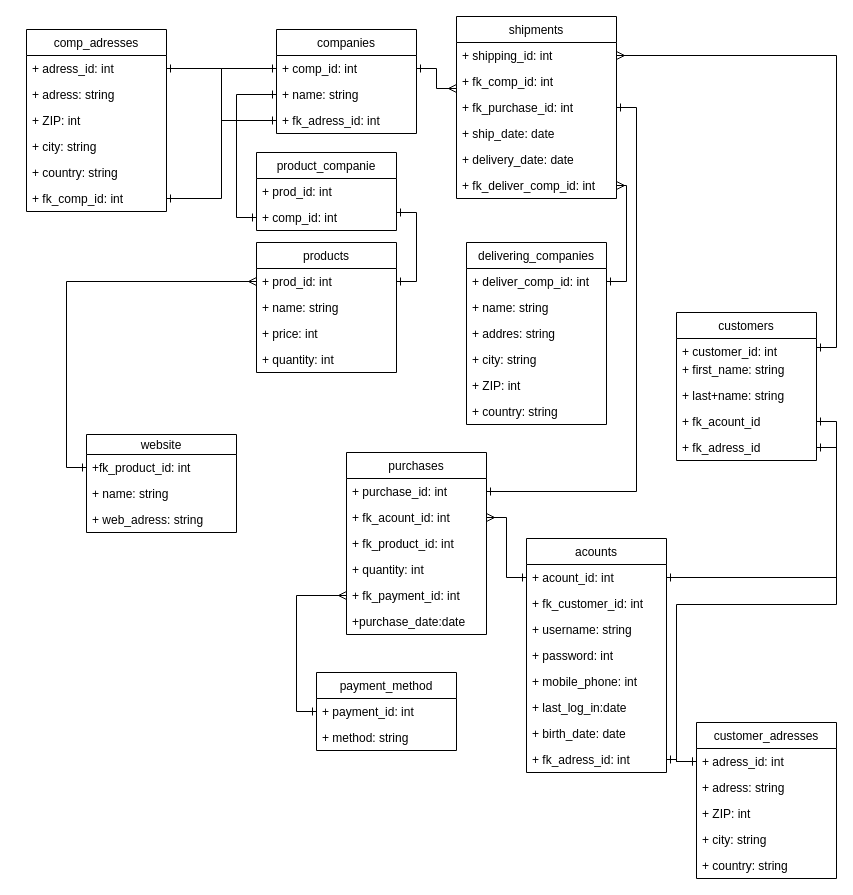
Above: page "e_shop diagram UML-norm" (4 of 4) of BE15_CR9_ivanMaksimov_famazon_diagrams+drawio/BE15_CR9_famazon_IvanMaksimov diagram.drawio in ivmaksimov/BE15_CR9_IvanMaksimov (draw.io), before the change. Source tidied: cells renumbered, new cells numbered last; positions are measured from the earlier drawing's top-left corner, leaving out a move shared by most shapes. Both pictures are drawn from the tidied source at 100%, with x=0, y=0 at pixel (26, 16).
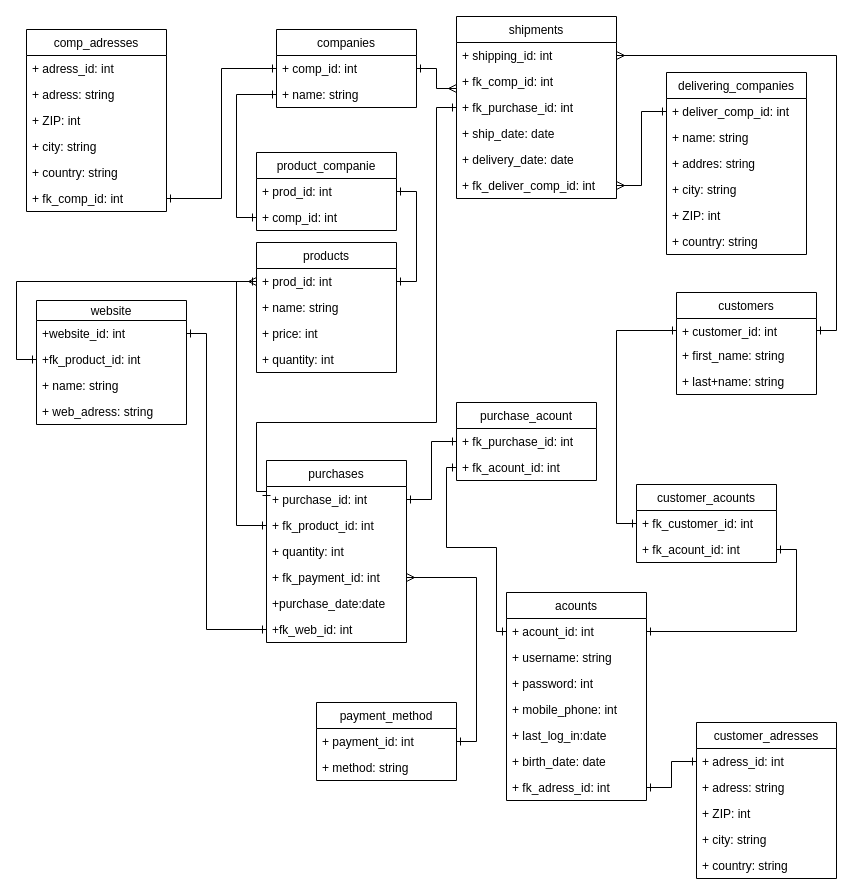
The same page after the edit.

Unchanged cells that the change refers to:
```xml
<mxCell id="19" value="+ fk_purchase_id: int" style="text;strokeColor=none;fillColor=none;align=left;verticalAlign=top;spacingLeft=4;spacingRight=4;overflow=hidden;points=[[0,0.5],[1,0.5]];portConstraint=eastwest;" parent="16" vertex="1">
  <mxGeometry y="78" width="160" height="26" as="geometry" />
</mxCell>
<mxCell id="22" value="+ fk_deliver_comp_id: int" style="text;strokeColor=none;fillColor=none;align=left;verticalAlign=top;spacingLeft=4;spacingRight=4;overflow=hidden;points=[[0,0.5],[1,0.5]];portConstraint=eastwest;" parent="16" vertex="1">
  <mxGeometry y="156" width="160" height="26" as="geometry" />
</mxCell>
<mxCell id="24" value="+ deliver_comp_id: int" style="text;strokeColor=none;fillColor=none;align=left;verticalAlign=top;spacingLeft=4;spacingRight=4;overflow=hidden;points=[[0,0.5],[1,0.5]];portConstraint=eastwest;" parent="23" vertex="1">
  <mxGeometry y="26" width="140" height="26" as="geometry" />
</mxCell>
<mxCell id="31" value="+ prod_id: int" style="text;strokeColor=none;fillColor=none;align=left;verticalAlign=top;spacingLeft=4;spacingRight=4;overflow=hidden;points=[[0,0.5],[1,0.5]];portConstraint=eastwest;" parent="30" vertex="1">
  <mxGeometry y="26" width="140" height="26" as="geometry" />
</mxCell>
<mxCell id="36" value="+ purchase_id: int" style="text;strokeColor=none;fillColor=none;align=left;verticalAlign=top;spacingLeft=4;spacingRight=4;overflow=hidden;points=[[0,0.5],[1,0.5]];portConstraint=eastwest;" parent="35" vertex="1">
  <mxGeometry y="26" width="140" height="26" as="geometry" />
</mxCell>
<mxCell id="43" value="+ adress_id: int" style="text;strokeColor=none;fillColor=none;align=left;verticalAlign=top;spacingLeft=4;spacingRight=4;overflow=hidden;points=[[0,0.5],[1,0.5]];portConstraint=eastwest;" parent="42" vertex="1">
  <mxGeometry y="26" width="140" height="26" as="geometry" />
</mxCell>
<mxCell id="49" value="+ acount_id: int" style="text;strokeColor=none;fillColor=none;align=left;verticalAlign=top;spacingLeft=4;spacingRight=4;overflow=hidden;points=[[0,0.5],[1,0.5]];portConstraint=eastwest;" parent="48" vertex="1">
  <mxGeometry y="26" width="140" height="26" as="geometry" />
</mxCell>
<mxCell id="58" value="+ adress_id: int" style="text;strokeColor=none;fillColor=none;align=left;verticalAlign=top;spacingLeft=4;spacingRight=4;overflow=hidden;points=[[0,0.5],[1,0.5]];portConstraint=eastwest;" parent="57" vertex="1">
  <mxGeometry y="26" width="140" height="26" as="geometry" />
</mxCell>
<mxCell id="71" value="+ payment_id: int" style="text;strokeColor=none;fillColor=none;align=left;verticalAlign=top;spacingLeft=4;spacingRight=4;overflow=hidden;points=[[0,0.5],[1,0.5]];portConstraint=eastwest;" parent="70" vertex="1">
  <mxGeometry y="26" width="140" height="26" as="geometry" />
</mxCell>
<mxCell id="75" value="+ prod_id: int" style="text;strokeColor=none;fillColor=none;align=left;verticalAlign=top;spacingLeft=4;spacingRight=4;overflow=hidden;points=[[0,0.5],[1,0.5]];portConstraint=eastwest;" parent="74" vertex="1">
  <mxGeometry y="26" width="140" height="26" as="geometry" />
</mxCell>
```

The edit, as a diff of the source:
```diff
@@
     <mxCell id="2" value="companies" style="swimlane;fontStyle=0;horizontal=1;startSize=26;fillColor=none;" parent="1" vertex="1">
-      <mxGeometry x="250" y="13" width="140" height="104" as="geometry" />
+      <mxGeometry x="250" y="13" width="140" height="78" as="geometry" />
     </mxCell>
@@
-    <mxCell id="5" value="+ fk_adress_id: int" style="text;strokeColor=none;fillColor=none;align=left;verticalAlign=top;spacingLeft=4;spacingRight=4;overflow=hidden;points=[[0,0.5],[1,0.5]];portConstraint=eastwest;" parent="2" vertex="1">
-      <mxGeometry y="78" width="140" height="26" as="geometry" />
-    </mxCell>
     <mxCell id="6" value="website" style="swimlane;fontStyle=0;horizontal=1;startSize=20;fillColor=none;" parent="1" vertex="1">
-      <mxGeometry x="60" y="418" width="150" height="98" as="geometry" />
+      <mxGeometry x="10" y="284" width="150" height="124" as="geometry" />
     </mxCell>
-    <mxCell id="7" value="+fk_product_id: int" style="text;strokeColor=none;fillColor=none;align=left;verticalAlign=top;spacingLeft=4;spacingRight=4;overflow=hidden;points=[[0,0.5],[1,0.5]];portConstraint=eastwest;" parent="6" vertex="1">
+    <mxCell id="7" value="+website_id: int" style="text;strokeColor=none;fillColor=none;align=left;verticalAlign=top;spacingLeft=4;spacingRight=4;overflow=hidden;points=[[0,0.5],[1,0.5]];portConstraint=eastwest;" parent="6" vertex="1">
       <mxGeometry y="20" width="150" height="26" as="geometry" />
     </mxCell>
+    <mxCell id="84" value="+fk_product_id: int" style="text;strokeColor=none;fillColor=none;align=left;verticalAlign=top;spacingLeft=4;spacingRight=4;overflow=hidden;points=[[0,0.5],[1,0.5]];portConstraint=eastwest;" parent="6" vertex="1">
+      <mxGeometry y="46" width="150" height="26" as="geometry" />
+    </mxCell>
     <mxCell id="8" value="+ name: string" style="text;strokeColor=none;fillColor=none;align=left;verticalAlign=top;spacingLeft=4;spacingRight=4;overflow=hidden;" parent="6" vertex="1">
-      <mxGeometry y="46" width="150" height="26" as="geometry" />
+      <mxGeometry y="72" width="150" height="26" as="geometry" />
     </mxCell>
     <mxCell id="9" value="+ web_adress: string" style="text;strokeColor=none;fillColor=none;align=left;verticalAlign=top;spacingLeft=4;spacingRight=4;overflow=hidden;" parent="6" vertex="1">
-      <mxGeometry y="72" width="150" height="26" as="geometry" />
+      <mxGeometry y="98" width="150" height="26" as="geometry" />
     </mxCell>
     <mxCell id="10" value="customers" style="swimlane;fontStyle=0;horizontal=1;startSize=26;fillColor=none;" parent="1" vertex="1">
-      <mxGeometry x="650" y="296" width="140" height="148" as="geometry" />
+      <mxGeometry x="650" y="276" width="140" height="102" as="geometry" />
     </mxCell>
     <mxCell id="11" value="+ customer_id: int" style="text;strokeColor=none;fillColor=none;align=left;verticalAlign=top;spacingLeft=4;spacingRight=4;overflow=hidden;points=[[0,0.5],[1,0.5]];portConstraint=eastwest;" parent="10" vertex="1">
-      <mxGeometry y="26" width="140" height="18" as="geometry" />
+      <mxGeometry y="26" width="140" height="24" as="geometry" />
     </mxCell>
     <mxCell id="12" value="+ first_name: string" style="text;strokeColor=none;fillColor=none;align=left;verticalAlign=top;spacingLeft=4;spacingRight=4;overflow=hidden;" parent="10" vertex="1">
-      <mxGeometry y="44" width="140" height="26" as="geometry" />
+      <mxGeometry y="50" width="140" height="26" as="geometry" />
     </mxCell>
     <mxCell id="13" value="+ last+name: string" style="text;strokeColor=none;fillColor=none;align=left;verticalAlign=top;spacingLeft=4;spacingRight=4;overflow=hidden;" parent="10" vertex="1">
-      <mxGeometry y="70" width="140" height="26" as="geometry" />
+      <mxGeometry y="76" width="140" height="26" as="geometry" />
     </mxCell>
-    <mxCell id="14" value="+ fk_acount_id" style="text;strokeColor=none;fillColor=none;align=left;verticalAlign=top;spacingLeft=4;spacingRight=4;overflow=hidden;points=[[0,0.5],[1,0.5]];portConstraint=eastwest;" parent="10" vertex="1">
-      <mxGeometry y="96" width="140" height="26" as="geometry" />
-    </mxCell>
-    <mxCell id="15" value="+ fk_adress_id" style="text;strokeColor=none;fillColor=none;align=left;verticalAlign=top;spacingLeft=4;spacingRight=4;overflow=hidden;points=[[0,0.5],[1,0.5]];portConstraint=eastwest;" parent="10" vertex="1">
-      <mxGeometry y="122" width="140" height="26" as="geometry" />
-    </mxCell>
@@
     <mxCell id="23" value="delivering_companies" style="swimlane;fontStyle=0;horizontal=1;startSize=26;fillColor=none;" parent="1" vertex="1">
-      <mxGeometry x="440" y="226" width="140" height="182" as="geometry" />
+      <mxGeometry x="640" y="56" width="140" height="182" as="geometry" />
     </mxCell>
@@
     <mxCell id="35" value="purchases" style="swimlane;fontStyle=0;horizontal=1;startSize=26;fillColor=none;" parent="1" vertex="1">
-      <mxGeometry x="320" y="436" width="140" height="182" as="geometry" />
+      <mxGeometry x="240" y="444" width="140" height="182" as="geometry" />
     </mxCell>
@@
-    <mxCell id="37" value="+ fk_acount_id: int" style="text;strokeColor=none;fillColor=none;align=left;verticalAlign=top;spacingLeft=4;spacingRight=4;overflow=hidden;points=[[0,0.5],[1,0.5]];portConstraint=eastwest;" parent="35" vertex="1">
-      <mxGeometry y="52" width="140" height="26" as="geometry" />
-    </mxCell>
     <mxCell id="38" value="+ fk_product_id: int" style="text;strokeColor=none;fillColor=none;align=left;verticalAlign=top;spacingLeft=4;spacingRight=4;overflow=hidden;points=[[0,0.5],[1,0.5]];portConstraint=eastwest;" parent="35" vertex="1">
-      <mxGeometry y="78" width="140" height="26" as="geometry" />
+      <mxGeometry y="52" width="140" height="26" as="geometry" />
     </mxCell>
     <mxCell id="39" value="+ quantity: int" style="text;strokeColor=none;fillColor=none;align=left;verticalAlign=top;spacingLeft=4;spacingRight=4;overflow=hidden;" parent="35" vertex="1">
-      <mxGeometry y="104" width="140" height="26" as="geometry" />
+      <mxGeometry y="78" width="140" height="26" as="geometry" />
     </mxCell>
     <mxCell id="40" value="+ fk_payment_id: int" style="text;strokeColor=none;fillColor=none;align=left;verticalAlign=top;spacingLeft=4;spacingRight=4;overflow=hidden;points=[[0,0.5],[1,0.5]];portConstraint=eastwest;" parent="35" vertex="1">
-      <mxGeometry y="130" width="140" height="26" as="geometry" />
+      <mxGeometry y="104" width="140" height="26" as="geometry" />
     </mxCell>
     <mxCell id="41" value="+purchase_date:date" style="text;strokeColor=none;fillColor=none;align=left;verticalAlign=top;spacingLeft=4;spacingRight=4;overflow=hidden;" parent="35" vertex="1">
-      <mxGeometry y="156" width="140" height="26" as="geometry" />
+      <mxGeometry y="130" width="140" height="26" as="geometry" />
     </mxCell>
+    <mxCell id="85" value="+fk_web_id: int" style="text;strokeColor=none;fillColor=none;align=left;verticalAlign=top;spacingLeft=4;spacingRight=4;overflow=hidden;points=[[0,0.5],[1,0.5]];portConstraint=eastwest;" parent="35" vertex="1">
+      <mxGeometry y="156" width="140" height="26" as="geometry" />
+    </mxCell>
@@
     <mxCell id="48" value="acounts" style="swimlane;fontStyle=0;horizontal=1;startSize=26;fillColor=none;" parent="1" vertex="1">
-      <mxGeometry x="500" y="522" width="140" height="234" as="geometry" />
+      <mxGeometry x="480" y="576" width="140" height="208" as="geometry" />
     </mxCell>
@@
-    <mxCell id="50" value="+ fk_customer_id: int" style="text;strokeColor=none;fillColor=none;align=left;verticalAlign=top;spacingLeft=4;spacingRight=4;overflow=hidden;points=[[0,0.5],[1,0.5]];portConstraint=eastwest;" parent="48" vertex="1">
-      <mxGeometry y="52" width="140" height="26" as="geometry" />
-    </mxCell>
     <mxCell id="51" value="+ username: string" style="text;strokeColor=none;fillColor=none;align=left;verticalAlign=top;spacingLeft=4;spacingRight=4;overflow=hidden;" parent="48" vertex="1">
-      <mxGeometry y="78" width="140" height="26" as="geometry" />
+      <mxGeometry y="52" width="140" height="26" as="geometry" />
     </mxCell>
     <mxCell id="52" value="+ password: int" style="text;strokeColor=none;fillColor=none;align=left;verticalAlign=top;spacingLeft=4;spacingRight=4;overflow=hidden;" parent="48" vertex="1">
-      <mxGeometry y="104" width="140" height="26" as="geometry" />
+      <mxGeometry y="78" width="140" height="26" as="geometry" />
     </mxCell>
     <mxCell id="53" value="+ mobile_phone: int" style="text;strokeColor=none;fillColor=none;align=left;verticalAlign=top;spacingLeft=4;spacingRight=4;overflow=hidden;" parent="48" vertex="1">
-      <mxGeometry y="130" width="140" height="26" as="geometry" />
+      <mxGeometry y="104" width="140" height="26" as="geometry" />
     </mxCell>
     <mxCell id="54" value="+ last_log_in:date" style="text;strokeColor=none;fillColor=none;align=left;verticalAlign=top;spacingLeft=4;spacingRight=4;overflow=hidden;" parent="48" vertex="1">
-      <mxGeometry y="156" width="140" height="26" as="geometry" />
+      <mxGeometry y="130" width="140" height="26" as="geometry" />
     </mxCell>
     <mxCell id="55" value="+ birth_date: date" style="text;strokeColor=none;fillColor=none;align=left;verticalAlign=top;spacingLeft=4;spacingRight=4;overflow=hidden;" parent="48" vertex="1">
-      <mxGeometry y="182" width="140" height="26" as="geometry" />
+      <mxGeometry y="156" width="140" height="26" as="geometry" />
     </mxCell>
     <mxCell id="56" value="+ fk_adress_id: int" style="text;strokeColor=none;fillColor=none;align=left;verticalAlign=top;spacingLeft=4;spacingRight=4;overflow=hidden;points=[[0,0.5],[1,0.5]];portConstraint=eastwest;" parent="48" vertex="1">
-      <mxGeometry y="208" width="140" height="26" as="geometry" />
+      <mxGeometry y="182" width="140" height="26" as="geometry" />
     </mxCell>
@@
-    <mxCell id="66" style="edgeStyle=orthogonalEdgeStyle;rounded=0;jettySize=auto;html=1;exitX=1;exitY=0.5;exitDx=0;exitDy=0;entryX=1;entryY=0.5;entryDx=0;entryDy=0;startArrow=ERone;startFill=0;endArrow=ERmany;endFill=0;" parent="1" edge="1" source="24" target="22">
-      <mxGeometry relative="1" as="geometry" />
-    </mxCell>
@@
-    <mxCell id="68" style="edgeStyle=orthogonalEdgeStyle;rounded=0;jettySize=auto;html=1;exitX=1;exitY=0.5;exitDx=0;exitDy=0;entryX=1;entryY=0.5;entryDx=0;entryDy=0;startArrow=ERone;startFill=0;endArrow=ERone;endFill=0;" parent="1" edge="1" source="14" target="49">
-      <mxGeometry relative="1" as="geometry" />
-    </mxCell>
-    <mxCell id="69" style="edgeStyle=orthogonalEdgeStyle;rounded=0;jettySize=auto;html=1;exitX=1;exitY=0.5;exitDx=0;exitDy=0;entryX=0;entryY=0.5;entryDx=0;entryDy=0;startArrow=ERmany;startFill=0;endArrow=ERone;endFill=0;" parent="1" edge="1" source="37" target="49">
-      <mxGeometry relative="1" as="geometry" />
-    </mxCell>
     <mxCell id="70" value="payment_method" style="swimlane;fontStyle=0;horizontal=1;startSize=26;fillColor=none;" parent="1" vertex="1">
-      <mxGeometry x="290" y="656" width="140" height="78" as="geometry" />
+      <mxGeometry x="290" y="686" width="140" height="78" as="geometry" />
     </mxCell>
@@
-    <mxCell id="73" style="edgeStyle=orthogonalEdgeStyle;rounded=0;jettySize=auto;html=1;exitX=0;exitY=0.5;exitDx=0;exitDy=0;entryX=0;entryY=0.5;entryDx=0;entryDy=0;startArrow=ERone;startFill=0;endArrow=ERmany;endFill=0;" parent="1" edge="1" source="71" target="40">
+    <mxCell id="73" style="edgeStyle=orthogonalEdgeStyle;rounded=0;jettySize=auto;html=1;exitX=1;exitY=0.5;exitDx=0;exitDy=0;entryX=1;entryY=0.5;entryDx=0;entryDy=0;startArrow=ERone;startFill=0;endArrow=ERmany;endFill=0;" parent="1" edge="1" source="71" target="40">
       <mxGeometry relative="1" as="geometry" />
     </mxCell>
@@
-    <mxCell id="77" style="edgeStyle=orthogonalEdgeStyle;rounded=0;jettySize=auto;html=1;exitX=1;exitY=0.5;exitDx=0;exitDy=0;startArrow=ERone;startFill=0;endArrow=ERone;endFill=0;" parent="1" edge="1" source="31">
-      <mxGeometry relative="1" as="geometry">
-        <mxPoint x="370" y="196" as="targetPoint" />
-        <Array as="points">
-          <mxPoint x="390" y="265" />
-          <mxPoint x="390" y="196" />
-        </Array>
-      </mxGeometry>
-    </mxCell>
@@
-    <mxCell id="80" style="edgeStyle=orthogonalEdgeStyle;rounded=0;jettySize=auto;html=1;exitX=1;exitY=0.5;exitDx=0;exitDy=0;startArrow=ERone;startFill=0;endArrow=ERone;endFill=0;entryX=0;entryY=0.5;entryDx=0;entryDy=0;" parent="1" edge="1" source="15" target="43">
-      <mxGeometry relative="1" as="geometry" />
-    </mxCell>
-    <mxCell id="81" style="edgeStyle=orthogonalEdgeStyle;rounded=0;jettySize=auto;html=1;exitX=0;exitY=0.5;exitDx=0;exitDy=0;entryX=1;entryY=0.5;entryDx=0;entryDy=0;startArrow=ERone;startFill=0;endArrow=ERone;endFill=0;" parent="1" edge="1" source="5" target="58">
-      <mxGeometry relative="1" as="geometry" />
-    </mxCell>
-    <mxCell id="82" style="edgeStyle=orthogonalEdgeStyle;rounded=0;jettySize=auto;html=1;exitX=1;exitY=0.5;exitDx=0;exitDy=0;entryX=1;entryY=0.5;entryDx=0;entryDy=0;startArrow=ERone;startFill=0;endArrow=ERone;endFill=0;" parent="1" edge="1" source="19" target="36">
-      <mxGeometry relative="1" as="geometry" />
+    <mxCell id="82" style="edgeStyle=orthogonalEdgeStyle;rounded=0;jettySize=auto;html=1;exitX=0;exitY=0.5;exitDx=0;exitDy=0;entryX=0;entryY=0.5;entryDx=0;entryDy=0;startArrow=ERone;startFill=0;endArrow=ERone;endFill=0;" parent="1" edge="1" source="19" target="36">
+      <mxGeometry relative="1" as="geometry">
+        <Array as="points">
+          <mxPoint x="410" y="91" />
+          <mxPoint x="410" y="406" />
+          <mxPoint x="230" y="406" />
+          <mxPoint x="230" y="475" />
+          <mxPoint x="240" y="475" />
+        </Array>
+      </mxGeometry>
     </mxCell>
-    <mxCell id="83" style="edgeStyle=orthogonalEdgeStyle;rounded=0;jettySize=auto;html=1;exitX=0;exitY=0.5;exitDx=0;exitDy=0;entryX=0;entryY=0.5;entryDx=0;entryDy=0;startArrow=ERone;startFill=0;endArrow=ERmany;endFill=0;" parent="1" edge="1" source="7" target="31">
+    <mxCell id="83" style="edgeStyle=orthogonalEdgeStyle;rounded=0;jettySize=auto;html=1;exitX=0;exitY=0.5;exitDx=0;exitDy=0;entryX=0;entryY=0.5;entryDx=0;entryDy=0;startArrow=ERone;startFill=0;endArrow=ERmany;endFill=0;" parent="1" edge="1" source="84" target="31">
       <mxGeometry relative="1" as="geometry" />
     </mxCell>
+    <mxCell id="86" value="customer_acounts" style="swimlane;fontStyle=0;horizontal=1;startSize=26;fillColor=none;" parent="1" vertex="1">
+      <mxGeometry x="610" y="468" width="140" height="78" as="geometry" />
+    </mxCell>
+    <mxCell id="50" value="+ fk_customer_id: int" style="text;strokeColor=none;fillColor=none;align=left;verticalAlign=top;spacingLeft=4;spacingRight=4;overflow=hidden;points=[[0,0.5],[1,0.5]];portConstraint=eastwest;" parent="86" vertex="1">
+      <mxGeometry y="26" width="140" height="26" as="geometry" />
+    </mxCell>
+    <mxCell id="87" value="+ fk_acount_id: int" style="text;strokeColor=none;fillColor=none;align=left;verticalAlign=top;spacingLeft=4;spacingRight=4;overflow=hidden;points=[[0,0.5],[1,0.5]];portConstraint=eastwest;" parent="86" vertex="1">
+      <mxGeometry y="52" width="140" height="26" as="geometry" />
+    </mxCell>
+    <mxCell id="88" value="purchase_acount" style="swimlane;fontStyle=0;horizontal=1;startSize=26;fillColor=none;" parent="1" vertex="1">
+      <mxGeometry x="430" y="386" width="140" height="78" as="geometry" />
+    </mxCell>
+    <mxCell id="89" value="+ fk_purchase_id: int" style="text;strokeColor=none;fillColor=none;align=left;verticalAlign=top;spacingLeft=4;spacingRight=4;overflow=hidden;points=[[0,0.5],[1,0.5]];portConstraint=eastwest;" parent="88" vertex="1">
+      <mxGeometry y="26" width="140" height="26" as="geometry" />
+    </mxCell>
+    <mxCell id="90" value="+ fk_acount_id: int" style="text;strokeColor=none;fillColor=none;align=left;verticalAlign=top;spacingLeft=4;spacingRight=4;overflow=hidden;points=[[0,0.5],[1,0.5]];portConstraint=eastwest;" parent="88" vertex="1">
+      <mxGeometry y="52" width="140" height="26" as="geometry" />
+    </mxCell>
+    <mxCell id="66" style="edgeStyle=orthogonalEdgeStyle;rounded=0;jettySize=auto;html=1;exitX=0;exitY=0.5;exitDx=0;exitDy=0;entryX=1;entryY=0.5;entryDx=0;entryDy=0;endArrow=ERmany;endFill=0;startArrow=ERone;startFill=0;" parent="1" edge="1" source="24" target="22">
+      <mxGeometry relative="1" as="geometry" />
+    </mxCell>
+    <mxCell id="91" style="edgeStyle=orthogonalEdgeStyle;rounded=0;jettySize=auto;html=1;exitX=0;exitY=0.5;exitDx=0;exitDy=0;entryX=0;entryY=0.5;entryDx=0;entryDy=0;startArrow=ERone;startFill=0;endArrow=ERone;endFill=0;" parent="1" edge="1" source="49" target="90">
+      <mxGeometry relative="1" as="geometry">
+        <Array as="points">
+          <mxPoint x="470" y="615" />
+          <mxPoint x="470" y="531" />
+          <mxPoint x="420" y="531" />
+          <mxPoint x="420" y="451" />
+        </Array>
+      </mxGeometry>
+    </mxCell>
+    <mxCell id="92" style="edgeStyle=orthogonalEdgeStyle;rounded=0;jettySize=auto;html=1;exitX=0;exitY=0.5;exitDx=0;exitDy=0;entryX=1;entryY=0.5;entryDx=0;entryDy=0;startArrow=ERone;startFill=0;endArrow=ERone;endFill=0;" parent="1" edge="1" source="89" target="36">
+      <mxGeometry relative="1" as="geometry" />
+    </mxCell>
+    <mxCell id="93" style="edgeStyle=orthogonalEdgeStyle;rounded=0;jettySize=auto;html=1;exitX=1;exitY=0.5;exitDx=0;exitDy=0;entryX=1;entryY=0.5;entryDx=0;entryDy=0;startArrow=ERone;startFill=0;endArrow=ERone;endFill=0;" parent="1" edge="1" source="87" target="49">
+      <mxGeometry relative="1" as="geometry" />
+    </mxCell>
+    <mxCell id="94" style="edgeStyle=orthogonalEdgeStyle;rounded=0;jettySize=auto;html=1;exitX=0;exitY=0.5;exitDx=0;exitDy=0;entryX=0;entryY=0.5;entryDx=0;entryDy=0;startArrow=ERone;startFill=0;endArrow=ERone;endFill=0;" parent="1" edge="1" source="11" target="50">
+      <mxGeometry relative="1" as="geometry" />
+    </mxCell>
+    <mxCell id="95" style="edgeStyle=orthogonalEdgeStyle;rounded=0;jettySize=auto;html=1;exitX=1;exitY=0.5;exitDx=0;exitDy=0;entryX=1;entryY=0.5;entryDx=0;entryDy=0;startArrow=ERone;startFill=0;endArrow=ERone;endFill=0;" parent="1" edge="1" source="75" target="31">
+      <mxGeometry relative="1" as="geometry" />
+    </mxCell>
+    <mxCell id="96" style="edgeStyle=orthogonalEdgeStyle;rounded=0;jettySize=auto;html=1;exitX=0;exitY=0.5;exitDx=0;exitDy=0;entryX=0;entryY=0.5;entryDx=0;entryDy=0;startArrow=ERone;startFill=0;endArrow=ERone;endFill=0;" parent="1" edge="1" source="38" target="31">
+      <mxGeometry relative="1" as="geometry" />
+    </mxCell>
+    <mxCell id="97" style="edgeStyle=orthogonalEdgeStyle;rounded=0;jettySize=auto;html=1;exitX=1;exitY=0.5;exitDx=0;exitDy=0;entryX=0;entryY=0.5;entryDx=0;entryDy=0;startArrow=ERone;startFill=0;endArrow=ERone;endFill=0;" parent="1" edge="1" source="7" target="85">
+      <mxGeometry relative="1" as="geometry">
+        <Array as="points">
+          <mxPoint x="180" y="317" />
+          <mxPoint x="180" y="613" />
+        </Array>
+      </mxGeometry>
+    </mxCell>
```
